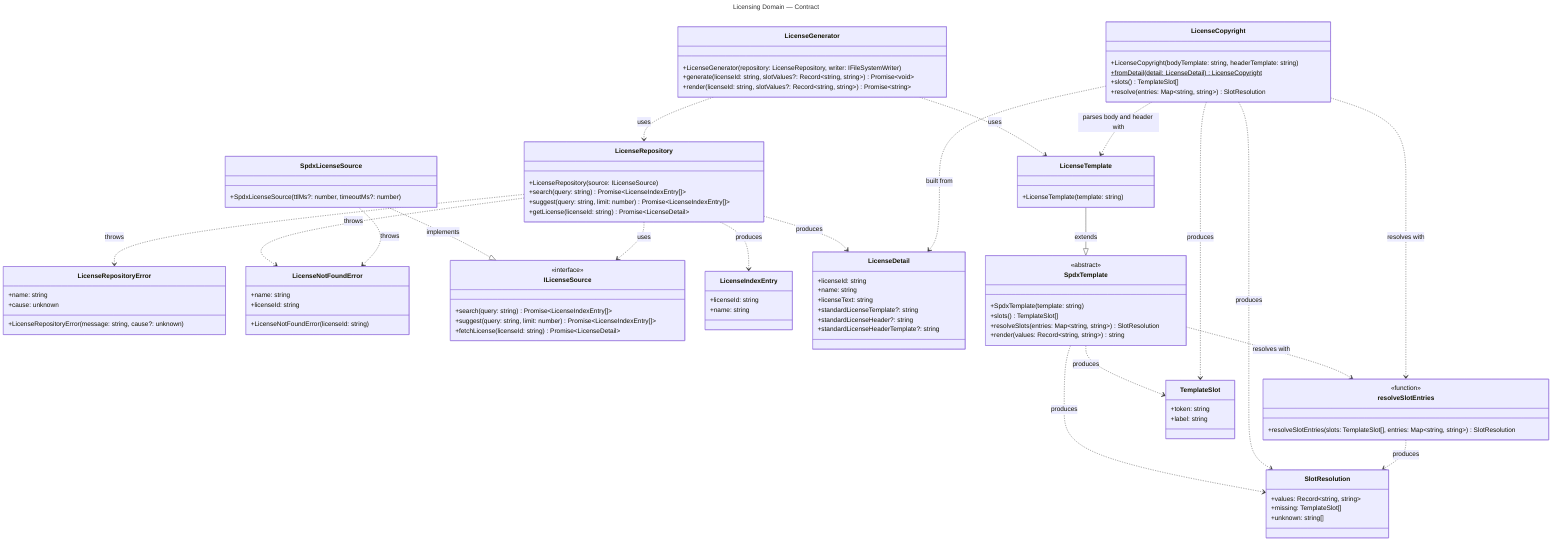
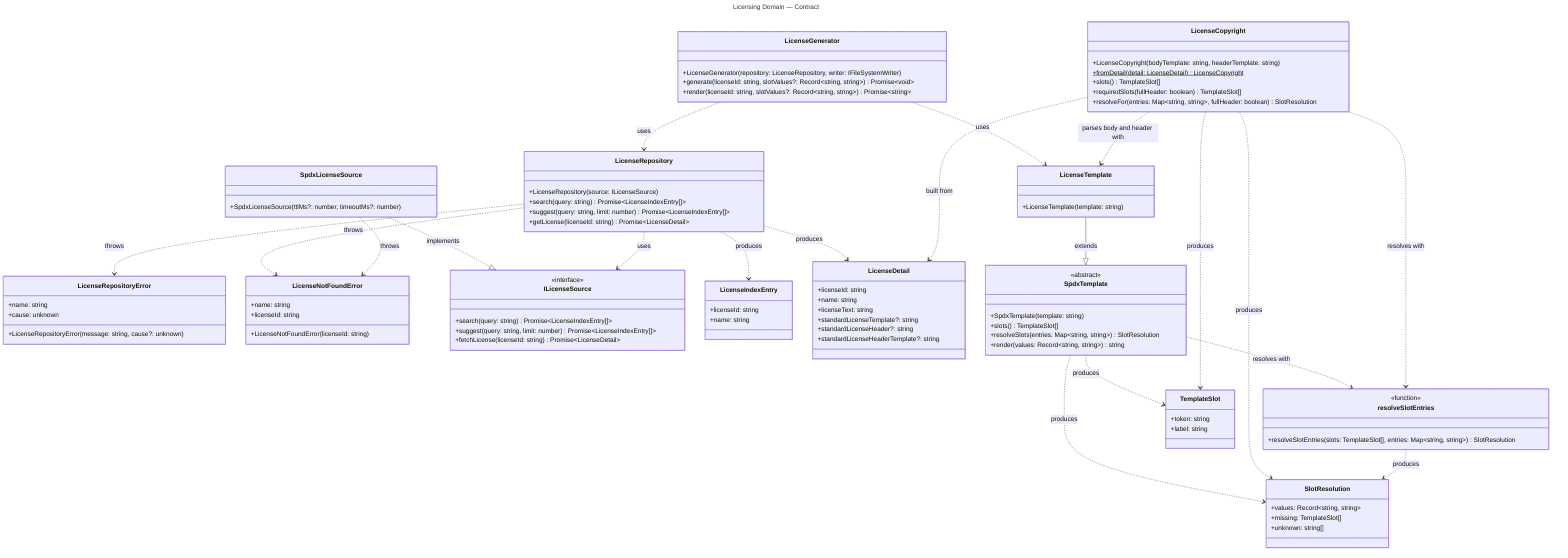
---
title: Licensing Domain — Contract
---
classDiagram
  direction TB

  %% Domain: Licensing (src/licensing)
  %% Focused per-domain view extracted from ../class-diagram.mmd.
  %% Shows ONLY Licensing-domain classes and their intra-domain relationships.
  %% Cross-domain relationships (the generator writes through Configuration;
  %% HeaderTemplate extends SpdxTemplate from Headers; consumers in the bootstrap,
  %% CLI and Headers) are intentionally omitted — see ../class-diagram.mmd.

  class LicenseRepository {
    +LicenseRepository(source: ILicenseSource)
    +search(query: string) Promise~LicenseIndexEntry[]~
    +suggest(query: string, limit: number) Promise~LicenseIndexEntry[]~
    +getLicense(licenseId: string) Promise~LicenseDetail~
  }

  class LicenseRepositoryError {
    +name: string
    +cause: unknown
    +LicenseRepositoryError(message: string, cause?: unknown)
  }

  class LicenseNotFoundError {
    +name: string
    +licenseId: string
    +LicenseNotFoundError(licenseId: string)
  }

  class ILicenseSource {
    <<interface>>
    +search(query: string) Promise~LicenseIndexEntry[]~
    +suggest(query: string, limit: number) Promise~LicenseIndexEntry[]~
    +fetchLicense(licenseId: string) Promise~LicenseDetail~
  }

  class SpdxLicenseSource {
    +SpdxLicenseSource(ttlMs?: number, timeoutMs?: number)
  }

  class LicenseIndexEntry {
    +licenseId: string
    +name: string
  }

  class LicenseDetail {
    +licenseId: string
    +name: string
    +licenseText: string
    +standardLicenseTemplate?: string
    +standardLicenseHeader?: string
    +standardLicenseHeaderTemplate?: string
  }

  class SpdxTemplate {
    <<abstract>>
    +SpdxTemplate(template: string)
    +slots() TemplateSlot[]
    +resolveSlots(entries: Map~string, string~) SlotResolution
    +render(values: Record~string, string~) string
  }

  class LicenseTemplate {
    +LicenseTemplate(template: string)
  }

  class LicenseCopyright {
    +LicenseCopyright(bodyTemplate: string, headerTemplate: string)
    +fromDetail(detail: LicenseDetail)$ LicenseCopyright
    +slots() TemplateSlot[]
-     +resolve(entries: Map~string, string~) SlotResolution
+     +requiredSlots(fullHeader: boolean) TemplateSlot[]
+     +resolveFor(entries: Map~string, string~, fullHeader: boolean) SlotResolution
  }

  class resolveSlotEntries {
    <<function>>
    +resolveSlotEntries(slots: TemplateSlot[], entries: Map~string, string~) SlotResolution
  }

  class TemplateSlot {
    +token: string
    +label: string
  }

  class SlotResolution {
    +values: Record~string, string~
    +missing: TemplateSlot[]
    +unknown: string[]
  }

  class LicenseGenerator {
    +LicenseGenerator(repository: LicenseRepository, writer: IFileSystemWriter)
    +generate(licenseId: string, slotValues?: Record~string, string~) Promise~void~
    +render(licenseId: string, slotValues?: Record~string, string~) Promise~string~
  }

  SpdxLicenseSource ..|> ILicenseSource : implements
  LicenseRepository ..> ILicenseSource : uses
  LicenseRepository ..> LicenseIndexEntry : produces
  LicenseRepository ..> LicenseDetail : produces
  LicenseRepository ..> LicenseRepositoryError : throws
  LicenseRepository ..> LicenseNotFoundError : throws
  SpdxLicenseSource ..> LicenseNotFoundError : throws
  LicenseGenerator ..> LicenseRepository : uses
  LicenseGenerator ..> LicenseTemplate : uses
  LicenseTemplate --|> SpdxTemplate : extends
  SpdxTemplate ..> TemplateSlot : produces
  SpdxTemplate ..> SlotResolution : produces
  SpdxTemplate ..> resolveSlotEntries : resolves with
  LicenseCopyright ..> LicenseTemplate : parses body and header with
  LicenseCopyright ..> LicenseDetail : built from
  LicenseCopyright ..> resolveSlotEntries : resolves with
  LicenseCopyright ..> TemplateSlot : produces
  LicenseCopyright ..> SlotResolution : produces
  resolveSlotEntries ..> SlotResolution : produces
